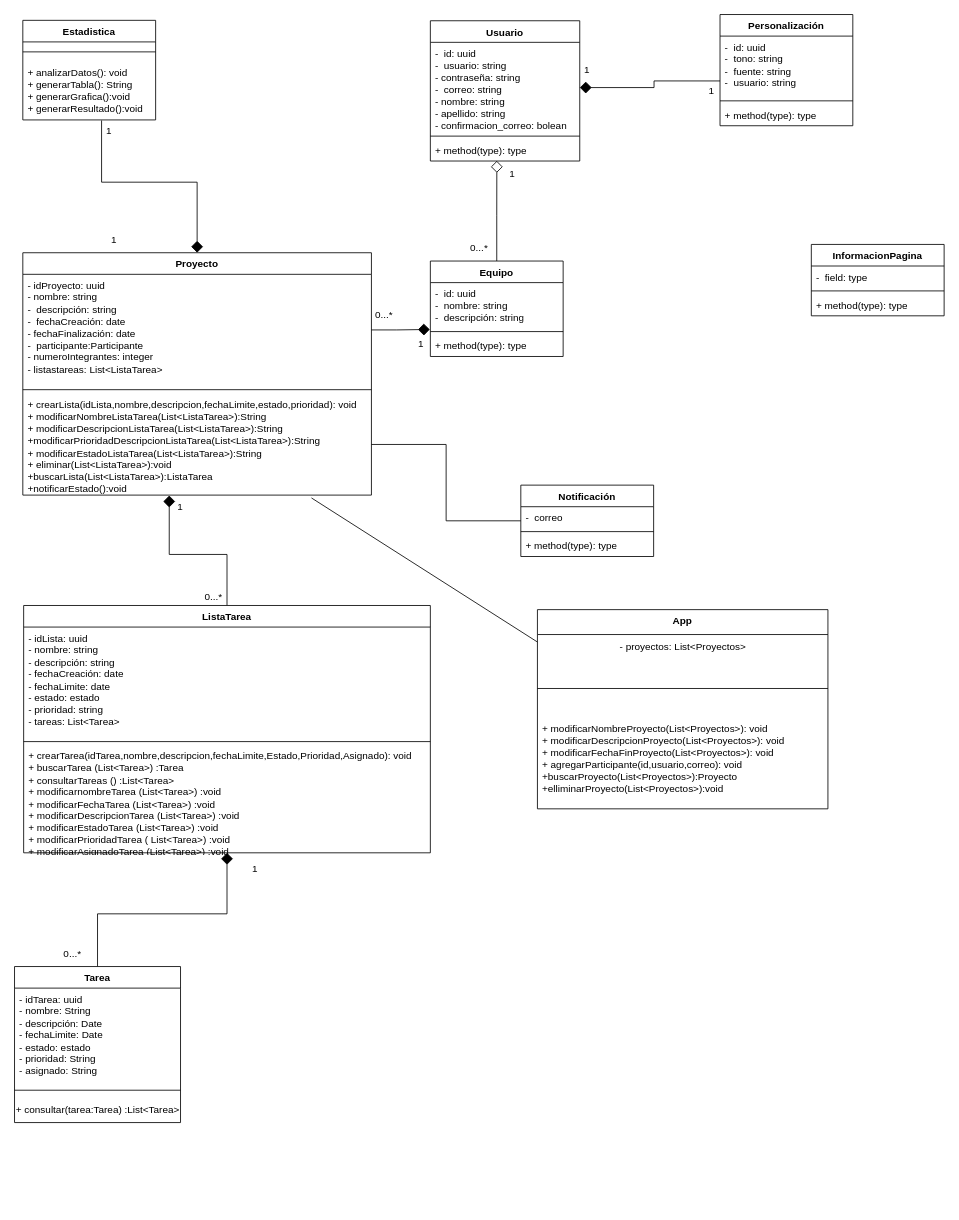
Migue1409-KP/DOO-working-group keeps this draw.io diagram as page "DiagramaClases8a" (16 of 16) of CoTasker_BoundedContext.drawio. Above is the earlier version. Source tidied: cells renumbered, new cells numbered last; positions are measured from the earlier drawing's top-left corner, leaving out a move shared by most shapes. Both pictures are drawn from the tidied source at 83%, with x=0, y=0 at pixel (14, 14).
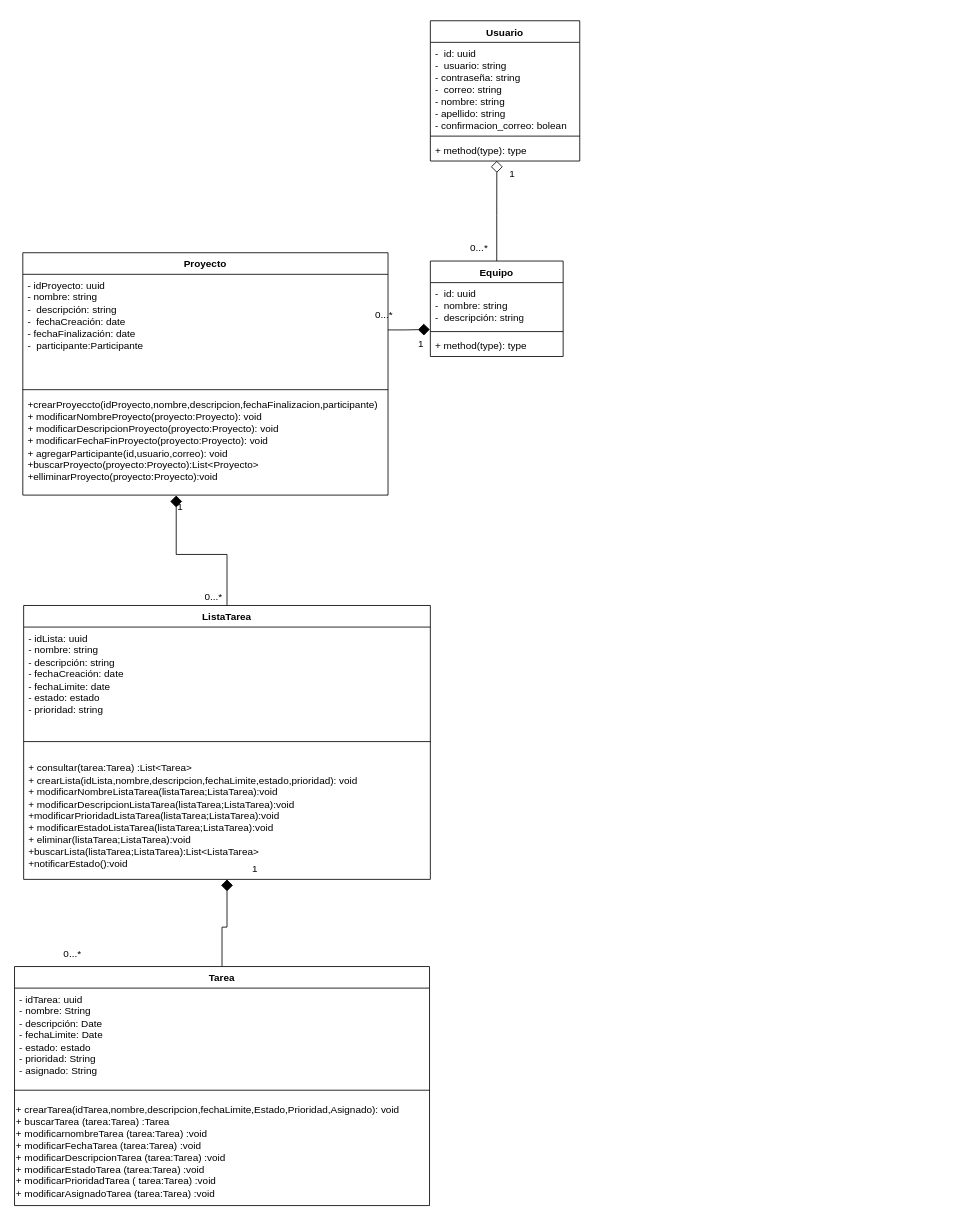
After the change.

Commit message (it also covers changes not shown here):
se actualizo el diagrama de clases de proyecto

The change refers to these unchanged cells:
```xml
<mxCell id="3" value="-&amp;nbsp;&amp;nbsp;id: uuid&lt;br&gt;-&amp;nbsp;&amp;nbsp;usuario: string&lt;br&gt;- contraseña: string&lt;br&gt;-&amp;nbsp;&amp;nbsp;correo: string&lt;br&gt;- nombre: string&lt;br&gt;- apellido: string&lt;br&gt;- confirmacion_correo: bolean" style="text;strokeColor=none;fillColor=none;align=left;verticalAlign=top;spacingLeft=4;spacingRight=4;overflow=hidden;points=[[0,0.5],[1,0.5]];portConstraint=eastwest;whiteSpace=wrap;html=1;" parent="2" vertex="1">
  <mxGeometry y="26" width="180" height="109" as="geometry" />
</mxCell>
```

What changed in the source:
```diff
@@
     <mxCell id="7" value="ListaTarea" style="swimlane;fontStyle=1;align=center;verticalAlign=top;horizontal=1;startSize=26;whiteSpace=wrap;html=1;" parent="1" vertex="1">
-      <mxGeometry x="11" y="712" width="490" height="298" as="geometry" />
+      <mxGeometry x="11" y="712" width="490" height="330" as="geometry" />
     </mxCell>
-    <mxCell id="8" value="- idLista: uuid&lt;br style=&quot;border-color: var(--border-color);&quot;&gt;- nombre: string&lt;br style=&quot;border-color: var(--border-color);&quot;&gt;- descripción: string&lt;br style=&quot;border-color: var(--border-color);&quot;&gt;- fechaCreación: date&lt;br style=&quot;border-color: var(--border-color);&quot;&gt;- fechaLimite: date&lt;br style=&quot;border-color: var(--border-color);&quot;&gt;-&amp;nbsp;estado: estado&lt;br&gt;- prioridad: string&lt;br&gt;- tareas: List&amp;lt;Tarea&amp;gt;" style="text;strokeColor=none;fillColor=none;align=left;verticalAlign=top;spacingLeft=4;spacingRight=4;overflow=hidden;whiteSpace=wrap;html=1;" parent="7" vertex="1">
+    <mxCell id="8" value="- idLista: uuid&lt;br style=&quot;border-color: var(--border-color);&quot;&gt;- nombre: string&lt;br style=&quot;border-color: var(--border-color);&quot;&gt;- descripción: string&lt;br style=&quot;border-color: var(--border-color);&quot;&gt;- fechaCreación: date&lt;br style=&quot;border-color: var(--border-color);&quot;&gt;- fechaLimite: date&lt;br style=&quot;border-color: var(--border-color);&quot;&gt;-&amp;nbsp;estado: estado&lt;br&gt;- prioridad: string&lt;br&gt;" style="text;strokeColor=none;fillColor=none;align=left;verticalAlign=top;spacingLeft=4;spacingRight=4;overflow=hidden;whiteSpace=wrap;html=1;" parent="7" vertex="1">
       <mxGeometry y="26" width="490" height="134" as="geometry" />
     </mxCell>
@@
-    <mxCell id="10" value="+ crearTarea(idTarea,nombre,descripcion,fechaLimite,Estado,Prioridad,Asignado): void&lt;br&gt;+ buscarTarea (List&amp;lt;Tarea&amp;gt;) :Tarea&lt;br&gt;+ consultarTareas () :List&amp;lt;Tarea&amp;gt;&lt;br&gt;+ modificarnombreTarea (List&amp;lt;Tarea&amp;gt;) :void&lt;br&gt;+ modificarFechaTarea (List&amp;lt;Tarea&amp;gt;) :void&lt;br&gt;+ modificarDescripcionTarea (List&amp;lt;Tarea&amp;gt;) :void&lt;br&gt;+ modificarEstadoTarea (List&amp;lt;Tarea&amp;gt;) :void&lt;br&gt;+ modificarPrioridadTarea ( List&amp;lt;Tarea&amp;gt;) :void&lt;br&gt;+ modificarAsignadoTarea (List&amp;lt;Tarea&amp;gt;) :void" style="text;strokeColor=none;fillColor=none;align=left;verticalAlign=top;spacingLeft=4;spacingRight=4;overflow=hidden;points=[[0,0.5],[1,0.5]];portConstraint=eastwest;whiteSpace=wrap;html=1;" parent="7" vertex="1">
-      <mxGeometry y="168" width="490" height="130" as="geometry" />
+    <mxCell id="10" value="&lt;br&gt;+ consultar(tarea:Tarea) :List&amp;lt;Tarea&amp;gt;&lt;br&gt;+ crearLista(idLista,nombre,descripcion,fechaLimite,estado,prioridad): void&lt;br style=&quot;border-color: var(--border-color);&quot;&gt;+ modificarNombreListaTarea(listaTarea;ListaTarea):void&lt;br style=&quot;border-color: var(--border-color);&quot;&gt;+ modificarDescripcionListaTarea(listaTarea;ListaTarea):void +modificarPrioridadListaTarea(listaTarea;ListaTarea):void&lt;br style=&quot;border-color: var(--border-color);&quot;&gt;+ modificarEstadoListaTarea(listaTarea;ListaTarea):void&lt;br style=&quot;border-color: var(--border-color);&quot;&gt;+ eliminar(listaTarea;ListaTarea):void&lt;br style=&quot;border-color: var(--border-color);&quot;&gt;+buscarLista(listaTarea;ListaTarea):List&amp;lt;ListaTarea&amp;gt;&lt;br style=&quot;border-color: var(--border-color);&quot;&gt;+notificarEstado():void" style="text;strokeColor=none;fillColor=none;align=left;verticalAlign=top;spacingLeft=4;spacingRight=4;overflow=hidden;points=[[0,0.5],[1,0.5]];portConstraint=eastwest;whiteSpace=wrap;html=1;" parent="7" vertex="1">
+      <mxGeometry y="168" width="490" height="162" as="geometry" />
     </mxCell>
-    <mxCell id="11" style="edgeStyle=orthogonalEdgeStyle;rounded=0;jettySize=auto;html=1;exitX=0.5;exitY=0;exitDx=0;exitDy=0;entryX=0.593;entryY=1.009;entryDx=0;entryDy=0;entryPerimeter=0;endArrow=none;endFill=0;startArrow=diamond;startFill=1;endSize=7;startSize=12;" parent="1" edge="1" source="12" target="36">
-      <mxGeometry relative="1" as="geometry" />
-    </mxCell>
     <mxCell id="12" value="Proyecto" style="swimlane;fontStyle=1;align=center;verticalAlign=top;horizontal=1;startSize=26;whiteSpace=wrap;html=1;" parent="1" vertex="1">
-      <mxGeometry x="10" y="287" width="420" height="292" as="geometry" />
+      <mxGeometry x="10" y="287" width="440" height="292" as="geometry" />
     </mxCell>
-    <mxCell id="13" value="- idProyecto: uuid&lt;br style=&quot;border-color: var(--border-color);&quot;&gt;-&amp;nbsp;nombre: string&lt;br style=&quot;border-color: var(--border-color);&quot;&gt;-&amp;nbsp;&amp;nbsp;descripción: string&lt;br style=&quot;border-color: var(--border-color);&quot;&gt;-&amp;nbsp;&amp;nbsp;fechaCreación: date&lt;br&gt;-&amp;nbsp;fechaFinalización: date&lt;br&gt;-&amp;nbsp;&amp;nbsp;participante:Participante&amp;nbsp;&lt;br&gt;-&amp;nbsp;numeroIntegrantes: integer&lt;br&gt;- listastareas: List&amp;lt;ListaTarea&amp;gt;" style="text;strokeColor=none;fillColor=none;align=left;verticalAlign=top;spacingLeft=4;spacingRight=4;overflow=hidden;points=[[0,0.5],[1,0.5]];portConstraint=eastwest;whiteSpace=wrap;html=1;" parent="12" vertex="1">
-      <mxGeometry y="26" width="420" height="134" as="geometry" />
+    <mxCell id="13" value="- idProyecto: uuid&lt;br style=&quot;border-color: var(--border-color);&quot;&gt;-&amp;nbsp;nombre: string&lt;br style=&quot;border-color: var(--border-color);&quot;&gt;-&amp;nbsp;&amp;nbsp;descripción: string&lt;br style=&quot;border-color: var(--border-color);&quot;&gt;-&amp;nbsp;&amp;nbsp;fechaCreación: date&lt;br&gt;-&amp;nbsp;fechaFinalización: date&lt;br&gt;-&amp;nbsp;&amp;nbsp;participante:Participante&amp;nbsp;&lt;br&gt;&lt;br&gt;" style="text;strokeColor=none;fillColor=none;align=left;verticalAlign=top;spacingLeft=4;spacingRight=4;overflow=hidden;points=[[0,0.5],[1,0.5]];portConstraint=eastwest;whiteSpace=wrap;html=1;" parent="12" vertex="1">
+      <mxGeometry y="26" width="440" height="134" as="geometry" />
     </mxCell>
     <mxCell id="14" style="line;strokeWidth=1;fillColor=none;align=left;verticalAlign=middle;spacingTop=-1;spacingLeft=3;spacingRight=3;labelPosition=right;strokeColor=inherit;" parent="12" vertex="1">
-      <mxGeometry y="160" width="420" height="10" as="geometry" />
+      <mxGeometry y="160" width="440" height="10" as="geometry" />
     </mxCell>
-    <mxCell id="15" value="+ crearLista(idLista,nombre,descripcion,fechaLimite,estado,prioridad): void&lt;br&gt;+ modificarNombreListaTarea(List&amp;lt;ListaTarea&amp;gt;):String&lt;br&gt;+ modificarDescripcionListaTarea(List&amp;lt;ListaTarea&amp;gt;):String +modificarPrioridadDescripcionListaTarea(List&amp;lt;ListaTarea&amp;gt;):String&lt;br&gt;+ modificarEstadoListaTarea(List&amp;lt;ListaTarea&amp;gt;):String&lt;br&gt;+ eliminar(List&amp;lt;ListaTarea&amp;gt;):void&lt;br&gt;+buscarLista(List&amp;lt;ListaTarea&amp;gt;):ListaTarea&lt;br&gt;+notificarEstado():void" style="text;strokeColor=none;fillColor=none;align=left;verticalAlign=top;spacingLeft=4;spacingRight=4;overflow=hidden;points=[[0,0.5],[1,0.5]];portConstraint=eastwest;whiteSpace=wrap;html=1;" parent="12" vertex="1">
-      <mxGeometry y="170" width="420" height="122" as="geometry" />
+    <mxCell id="15" value="+crearProyeccto(idProyecto,nombre,descripcion,fechaFinalizacion,participante)&lt;br&gt;+ modificarNombreProyecto(proyecto:Proyecto): void&lt;br style=&quot;border-color: var(--border-color);&quot;&gt;+ modificarDescripcionProyecto(proyecto:Proyecto): void&lt;br style=&quot;border-color: var(--border-color);&quot;&gt;+ modificarFechaFinProyecto(proyecto:Proyecto): void&lt;br style=&quot;border-color: var(--border-color);&quot;&gt;+ agregarParticipante(id,usuario,correo): void&lt;br style=&quot;border-color: var(--border-color);&quot;&gt;+buscarProyecto(proyecto:Proyecto):List&amp;lt;Proyecto&amp;gt;&lt;br style=&quot;border-color: var(--border-color);&quot;&gt;+elliminarProyecto(proyecto:Proyecto):void" style="text;strokeColor=none;fillColor=none;align=left;verticalAlign=top;spacingLeft=4;spacingRight=4;overflow=hidden;points=[[0,0.5],[1,0.5]];portConstraint=eastwest;whiteSpace=wrap;html=1;" parent="12" vertex="1">
+      <mxGeometry y="170" width="440" height="122" as="geometry" />
     </mxCell>
@@
     <mxCell id="17" value="Tarea" style="swimlane;fontStyle=1;align=center;verticalAlign=top;horizontal=1;startSize=26;whiteSpace=wrap;html=1;" parent="1" vertex="1">
-      <mxGeometry y="1147" width="200" height="188" as="geometry" />
+      <mxGeometry y="1147" width="500" height="288" as="geometry" />
     </mxCell>
     <mxCell id="18" value="-&amp;nbsp;idTarea: uuid&lt;br&gt;- nombre: String&lt;br&gt;- descripción: Date&lt;br&gt;- fechaLimite: Date&lt;br&gt;- estado: estado&lt;br&gt;- prioridad: String&lt;br&gt;- asignado: String" style="text;strokeColor=none;fillColor=none;align=left;verticalAlign=top;spacingLeft=4;spacingRight=4;overflow=hidden;whiteSpace=wrap;html=1;" parent="17" vertex="1">
-      <mxGeometry y="26" width="200" height="114" as="geometry" />
+      <mxGeometry y="26" width="500" height="114" as="geometry" />
     </mxCell>
     <mxCell id="19" style="line;strokeWidth=1;fillColor=none;align=left;verticalAlign=middle;spacingTop=-1;spacingLeft=3;spacingRight=3;labelPosition=right;strokeColor=inherit;" parent="17" vertex="1">
-      <mxGeometry y="140" width="200" height="18" as="geometry" />
+      <mxGeometry y="140" width="500" height="18" as="geometry" />
     </mxCell>
-    <mxCell id="20" value="+ consultar(tarea:Tarea) :List&amp;lt;Tarea&amp;gt;" style="text;html=1;align=center;verticalAlign=middle;strokeColor=none;fillColor=none;" parent="17" vertex="1">
-      <mxGeometry y="158" width="200" height="30" as="geometry" />
+    <mxCell id="20" value="+ crearTarea(idTarea,nombre,descripcion,fechaLimite,Estado,Prioridad,Asignado): void&lt;br style=&quot;border-color: var(--border-color);&quot;&gt;+ buscarTarea (tarea:Tarea) :Tarea&lt;br style=&quot;border-color: var(--border-color);&quot;&gt;+ modificarnombreTarea (tarea:Tarea&lt;span style=&quot;&quot;&gt;) :void&lt;/span&gt;&lt;br style=&quot;border-color: var(--border-color);&quot;&gt;+ modificarFechaTarea (tarea:Tarea&lt;span style=&quot;&quot;&gt;) :void&lt;/span&gt;&lt;br style=&quot;border-color: var(--border-color);&quot;&gt;+ modificarDescripcionTarea (tarea:Tarea&lt;span style=&quot;&quot;&gt;) :void&lt;/span&gt;&lt;br style=&quot;border-color: var(--border-color);&quot;&gt;+ modificarEstadoTarea (tarea:Tarea&lt;span style=&quot;&quot;&gt;) :void&lt;/span&gt;&lt;br style=&quot;border-color: var(--border-color);&quot;&gt;+ modificarPrioridadTarea (&amp;nbsp;tarea:Tarea&lt;span style=&quot;&quot;&gt;) :void&lt;/span&gt;&lt;br style=&quot;border-color: var(--border-color);&quot;&gt;+ modificarAsignadoTarea (tarea:Tarea&lt;span style=&quot;&quot;&gt;) :void&lt;/span&gt;" style="text;html=1;align=left;verticalAlign=middle;strokeColor=none;fillColor=none;" parent="17" vertex="1">
+      <mxGeometry y="158" width="500" height="130" as="geometry" />
     </mxCell>
-    <mxCell id="21" value="Notificación" style="swimlane;fontStyle=1;align=center;verticalAlign=top;horizontal=1;startSize=26;whiteSpace=wrap;html=1;" parent="1" vertex="1">
-      <mxGeometry x="610" y="567" width="160" height="86" as="geometry" />
-    </mxCell>
-    <mxCell id="22" value="-&amp;nbsp;&amp;nbsp;correo" style="text;strokeColor=none;fillColor=none;align=left;verticalAlign=top;spacingLeft=4;spacingRight=4;overflow=hidden;whiteSpace=wrap;html=1;" parent="21" vertex="1">
-      <mxGeometry y="26" width="160" height="26" as="geometry" />
-    </mxCell>
-    <mxCell id="23" style="line;strokeWidth=1;fillColor=none;align=left;verticalAlign=middle;spacingTop=-1;spacingLeft=3;spacingRight=3;labelPosition=right;strokeColor=inherit;" parent="21" vertex="1">
-      <mxGeometry y="52" width="160" height="8" as="geometry" />
-    </mxCell>
-    <mxCell id="24" value="+ method(type): type" style="text;strokeColor=none;fillColor=none;align=left;verticalAlign=top;spacingLeft=4;spacingRight=4;overflow=hidden;whiteSpace=wrap;html=1;" parent="21" vertex="1">
-      <mxGeometry y="60" width="160" height="26" as="geometry" />
-    </mxCell>
-    <mxCell id="25" value="Personalización" style="swimlane;fontStyle=1;align=center;verticalAlign=top;horizontal=1;startSize=26;whiteSpace=wrap;html=1;" parent="1" vertex="1">
-      <mxGeometry x="850" width="160" height="134" as="geometry" />
-    </mxCell>
-    <mxCell id="26" value="-&amp;nbsp;&amp;nbsp;id: uuid&lt;br&gt;-&amp;nbsp;&amp;nbsp;tono: string&lt;br&gt;-&amp;nbsp;&amp;nbsp;fuente: string&lt;br&gt;-&amp;nbsp;&amp;nbsp;usuario: string" style="text;strokeColor=none;fillColor=none;align=left;verticalAlign=top;spacingLeft=4;spacingRight=4;overflow=hidden;points=[[0,0.5],[1,0.5]];portConstraint=eastwest;whiteSpace=wrap;html=1;" parent="25" vertex="1">
-      <mxGeometry y="26" width="160" height="74" as="geometry" />
-    </mxCell>
-    <mxCell id="27" style="line;strokeWidth=1;fillColor=none;align=left;verticalAlign=middle;spacingTop=-1;spacingLeft=3;spacingRight=3;labelPosition=right;strokeColor=inherit;" parent="25" vertex="1">
-      <mxGeometry y="100" width="160" height="8" as="geometry" />
-    </mxCell>
-    <mxCell id="28" value="+ method(type): type" style="text;strokeColor=none;fillColor=none;align=left;verticalAlign=top;spacingLeft=4;spacingRight=4;overflow=hidden;whiteSpace=wrap;html=1;" parent="25" vertex="1">
-      <mxGeometry y="108" width="160" height="26" as="geometry" />
-    </mxCell>
@@
-    <mxCell id="34" value="Estadistica" style="swimlane;fontStyle=1;align=center;verticalAlign=top;horizontal=1;startSize=26;whiteSpace=wrap;html=1;" parent="1" vertex="1">
-      <mxGeometry x="10" y="7" width="160" height="120" as="geometry" />
-    </mxCell>
-    <mxCell id="35" style="line;strokeWidth=1;fillColor=none;align=left;verticalAlign=middle;spacingTop=-1;spacingLeft=3;spacingRight=3;labelPosition=right;strokeColor=inherit;" parent="34" vertex="1">
-      <mxGeometry y="26" width="160" height="24" as="geometry" />
-    </mxCell>
-    <mxCell id="36" value="+ analizarDatos(): void&lt;br&gt;+ generarTabla(): String&lt;br&gt;+ generarGrafica():void&lt;br&gt;+ generarResultado():void" style="text;strokeColor=none;fillColor=none;align=left;verticalAlign=top;spacingLeft=4;spacingRight=4;overflow=hidden;points=[[0,0.5],[1,0.5]];portConstraint=eastwest;whiteSpace=wrap;html=1;" parent="34" vertex="1">
-      <mxGeometry y="50" width="160" height="70" as="geometry" />
-    </mxCell>
@@
-    <mxCell id="38" value="InformacionPagina" style="swimlane;fontStyle=1;align=center;verticalAlign=top;horizontal=1;startSize=26;whiteSpace=wrap;html=1;" parent="1" vertex="1">
-      <mxGeometry x="960" y="277" width="160" height="86" as="geometry" />
-    </mxCell>
-    <mxCell id="39" value="-&amp;nbsp;&amp;nbsp;field: type" style="text;strokeColor=none;fillColor=none;align=left;verticalAlign=top;spacingLeft=4;spacingRight=4;overflow=hidden;whiteSpace=wrap;html=1;" parent="38" vertex="1">
-      <mxGeometry y="26" width="160" height="26" as="geometry" />
-    </mxCell>
-    <mxCell id="40" style="line;strokeWidth=1;fillColor=none;align=left;verticalAlign=middle;spacingTop=-1;spacingLeft=3;spacingRight=3;labelPosition=right;strokeColor=inherit;" parent="38" vertex="1">
-      <mxGeometry y="52" width="160" height="8" as="geometry" />
-    </mxCell>
-    <mxCell id="41" value="+ method(type): type" style="text;strokeColor=none;fillColor=none;align=left;verticalAlign=top;spacingLeft=4;spacingRight=4;overflow=hidden;whiteSpace=wrap;html=1;" parent="38" vertex="1">
-      <mxGeometry y="60" width="160" height="26" as="geometry" />
-    </mxCell>
-    <mxCell id="42" style="edgeStyle=orthogonalEdgeStyle;rounded=0;jettySize=auto;html=1;exitX=1;exitY=0.5;exitDx=0;exitDy=0;entryX=0;entryY=0.73;entryDx=0;entryDy=0;entryPerimeter=0;endArrow=none;endFill=0;startArrow=diamond;startFill=1;endSize=12;startSize=12;" parent="1" edge="1" source="3" target="26">
-      <mxGeometry relative="1" as="geometry" />
-    </mxCell>
-    <mxCell id="43" value="1" style="text;html=1;strokeColor=none;fillColor=none;align=center;verticalAlign=middle;whiteSpace=wrap;rounded=0;" parent="1" vertex="1">
-      <mxGeometry x="84" y="125" width="60" height="30" as="geometry" />
-    </mxCell>
-    <mxCell id="44" value="1" style="text;html=1;strokeColor=none;fillColor=none;align=center;verticalAlign=middle;whiteSpace=wrap;rounded=0;" parent="1" vertex="1">
-      <mxGeometry x="90" y="257" width="60" height="30" as="geometry" />
-    </mxCell>
@@
-    <mxCell id="53" value="1" style="text;html=1;strokeColor=none;fillColor=none;align=center;verticalAlign=middle;whiteSpace=wrap;rounded=0;" parent="1" vertex="1">
-      <mxGeometry x="660" y="52" width="60" height="30" as="geometry" />
-    </mxCell>
-    <mxCell id="54" value="1" style="text;html=1;strokeColor=none;fillColor=none;align=center;verticalAlign=middle;whiteSpace=wrap;rounded=0;" parent="1" vertex="1">
-      <mxGeometry x="810" y="77" width="60" height="30" as="geometry" />
-    </mxCell>
-    <mxCell id="55" style="edgeStyle=orthogonalEdgeStyle;rounded=0;jettySize=auto;html=1;exitX=1;exitY=0.5;exitDx=0;exitDy=0;entryX=0;entryY=0.5;entryDx=0;entryDy=0;endArrow=none;endFill=0;" parent="1" edge="1" source="15" target="21">
-      <mxGeometry relative="1" as="geometry" />
-    </mxCell>
-    <mxCell id="56" style="endArrow=none;html=1;rounded=0;entryX=0.828;entryY=1.028;entryDx=0;entryDy=0;entryPerimeter=0;exitX=0;exitY=0.5;exitDx=0;exitDy=0;" parent="1" edge="1" target="15">
-      <mxGeometry relative="1" as="geometry">
-        <mxPoint x="630" y="756" as="sourcePoint" />
-      </mxGeometry>
-    </mxCell>
-    <mxCell id="57" value="App" style="swimlane;fontStyle=1;align=center;verticalAlign=top;horizontal=1;startSize=30;whiteSpace=wrap;html=1;" parent="1" vertex="1">
-      <mxGeometry x="630" y="717" width="350" height="240" as="geometry" />
-    </mxCell>
-    <mxCell id="58" value="- proyectos: List&amp;lt;Proyectos&amp;gt;" style="text;html=1;align=center;verticalAlign=middle;strokeColor=none;fillColor=none;" parent="57" vertex="1">
-      <mxGeometry y="30" width="350" height="30" as="geometry" />
-    </mxCell>
-    <mxCell id="59" style="line;strokeWidth=1;fillColor=none;align=left;verticalAlign=middle;spacingTop=-1;spacingLeft=3;spacingRight=3;labelPosition=right;strokeColor=inherit;" parent="57" vertex="1">
-      <mxGeometry y="60" width="350" height="70" as="geometry" />
-    </mxCell>
-    <mxCell id="60" value="+ modificarNombreProyecto(List&amp;lt;Proyectos&amp;gt;): void&lt;br&gt;+ modificarDescripcionProyecto(List&amp;lt;Proyectos&amp;gt;): void&lt;br&gt;+ modificarFechaFinProyecto(List&amp;lt;Proyectos&amp;gt;): void&lt;br&gt;+ agregarParticipante(id,usuario,correo): void&lt;br&gt;+buscarProyecto(List&amp;lt;Proyectos&amp;gt;):Proyecto&lt;br&gt;+elliminarProyecto(List&amp;lt;Proyectos&amp;gt;):void" style="text;strokeColor=none;fillColor=none;align=left;verticalAlign=top;spacingLeft=4;spacingRight=4;overflow=hidden;whiteSpace=wrap;html=1;" parent="57" vertex="1">
-      <mxGeometry y="130" width="350" height="110" as="geometry" />
-    </mxCell>
```
